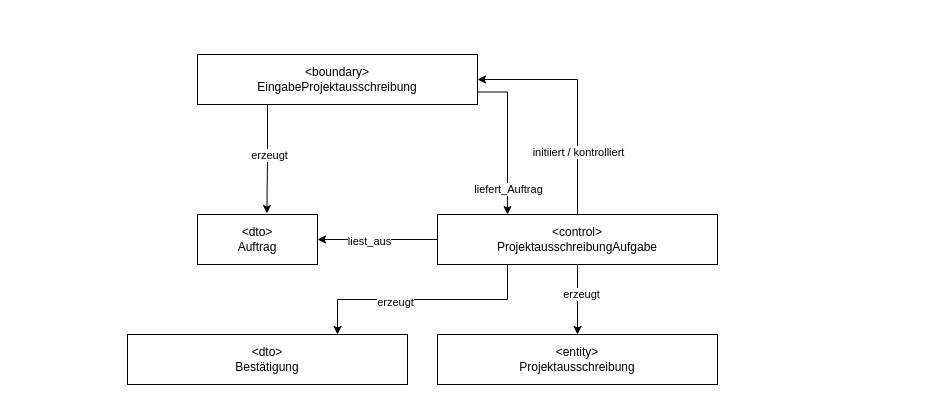
Before: BoundaryControl.drawio in tobiasenger/zeichnungen, a draw.io diagram. Source tidied: cells renumbered, new cells numbered last; positions are measured from the earlier drawing's top-left corner, leaving out a move shared by most shapes. Both pictures are drawn from the tidied source at 100%, with x=0, y=0 at pixel (127, 54).
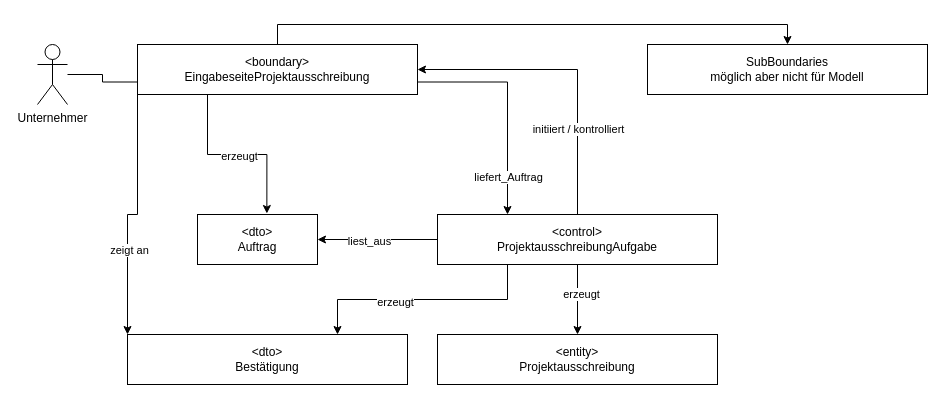
Above is the later version.

Unchanged cells that the change refers to:
```xml
<mxCell id="18" value="&amp;lt;dto&amp;gt;&lt;br&gt;Bestätigung" style="html=1;whiteSpace=wrap;" parent="1" vertex="1">
  <mxGeometry y="280" width="280" height="50" as="geometry" />
</mxCell>
```

What changed in the source:
```diff
@@
+    <mxCell id="19" style="edgeStyle=orthogonalEdgeStyle;rounded=0;jettySize=auto;html=1;exitX=0;exitY=1;exitDx=0;exitDy=0;entryX=0;entryY=0;entryDx=0;entryDy=0;" parent="1" edge="1" source="4" target="18">
+      <mxGeometry relative="1" as="geometry" />
+    </mxCell>
+    <mxCell id="20" value="zeigt an" style="edgeLabel;html=1;align=center;verticalAlign=middle;" parent="19" vertex="1">
+      <mxGeometry x="0.32" y="1" relative="1" as="geometry" />
+    </mxCell>
+    <mxCell id="21" style="edgeStyle=orthogonalEdgeStyle;rounded=0;jettySize=auto;html=1;exitX=0.5;exitY=0;exitDx=0;exitDy=0;entryX=0.5;entryY=0;entryDx=0;entryDy=0;" parent="1" edge="1" source="4" target="24">
+      <mxGeometry relative="1" as="geometry">
+        <Array as="points">
+          <mxPoint x="150" y="-30" />
+          <mxPoint x="660" y="-30" />
+        </Array>
+      </mxGeometry>
+    </mxCell>
-    <mxCell id="4" value="&amp;lt;boundary&amp;gt;&lt;br&gt;EingabeProjektausschreibung" style="html=1;whiteSpace=wrap;" parent="1" vertex="1">
-      <mxGeometry x="70" width="280" height="50" as="geometry" />
+    <mxCell id="4" value="&amp;lt;boundary&amp;gt;&lt;br&gt;EingabeseiteProjektausschreibung" style="html=1;whiteSpace=wrap;" parent="1" vertex="1">
+      <mxGeometry x="10" y="-10" width="280" height="50" as="geometry" />
     </mxCell>
@@
+    <mxCell id="22" style="edgeStyle=orthogonalEdgeStyle;rounded=0;jettySize=auto;html=1;entryX=0;entryY=0.75;entryDx=0;entryDy=0;endArrow=none;endFill=0;" parent="1" edge="1" source="23" target="4">
+      <mxGeometry relative="1" as="geometry" />
+    </mxCell>
+    <mxCell id="23" value="Unternehmer" style="shape=umlActor;verticalLabelPosition=bottom;verticalAlign=top;html=1;" parent="1" vertex="1">
+      <mxGeometry x="-90" y="-10" width="30" height="60" as="geometry" />
+    </mxCell>
+    <mxCell id="24" value="SubBoundaries&lt;br&gt;möglich aber nicht für Modell" style="html=1;whiteSpace=wrap;" parent="1" vertex="1">
+      <mxGeometry x="520" y="-10" width="280" height="50" as="geometry" />
+    </mxCell>
```
